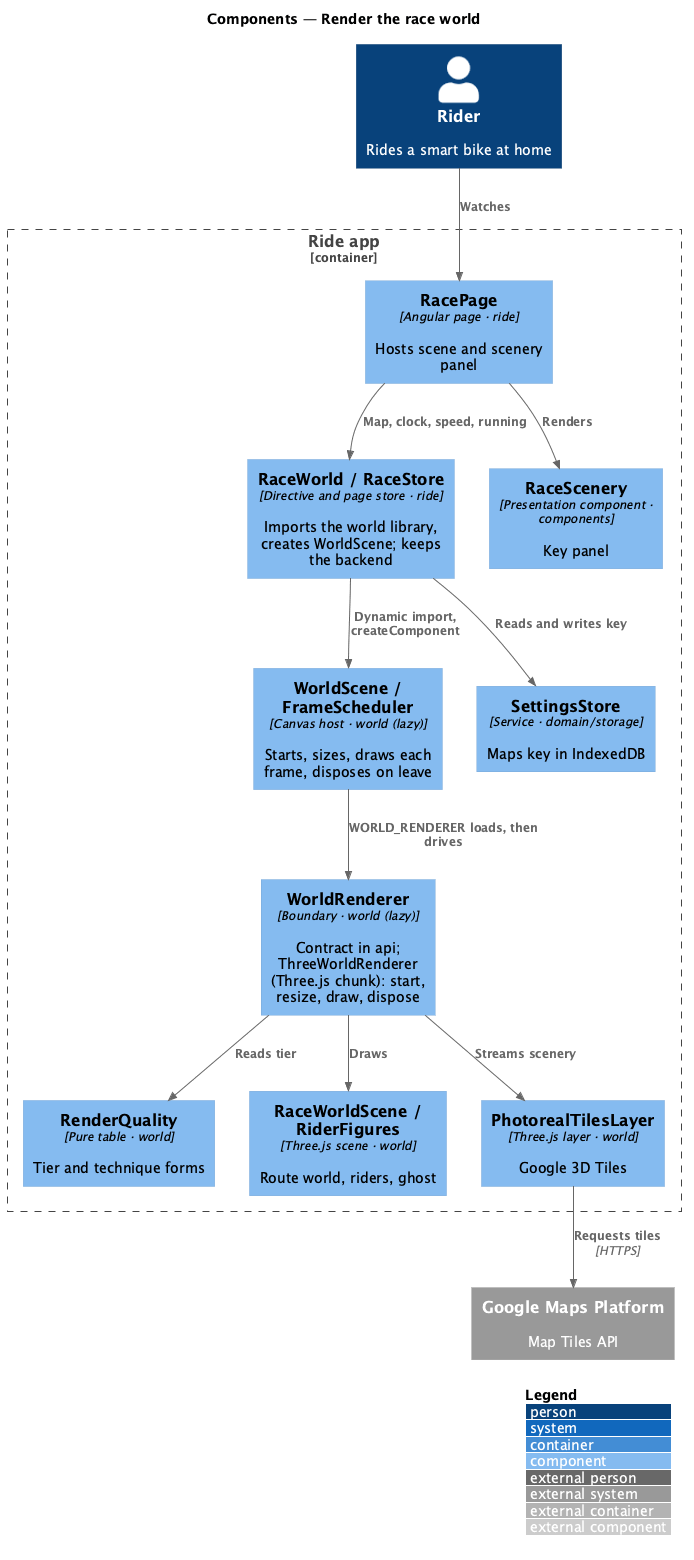
The PlantUML diagram docs/detailed-designs/race/render-the-race-world/diagrams/c4-component.png in QuinntyneBrown/ride-one, before a commit.
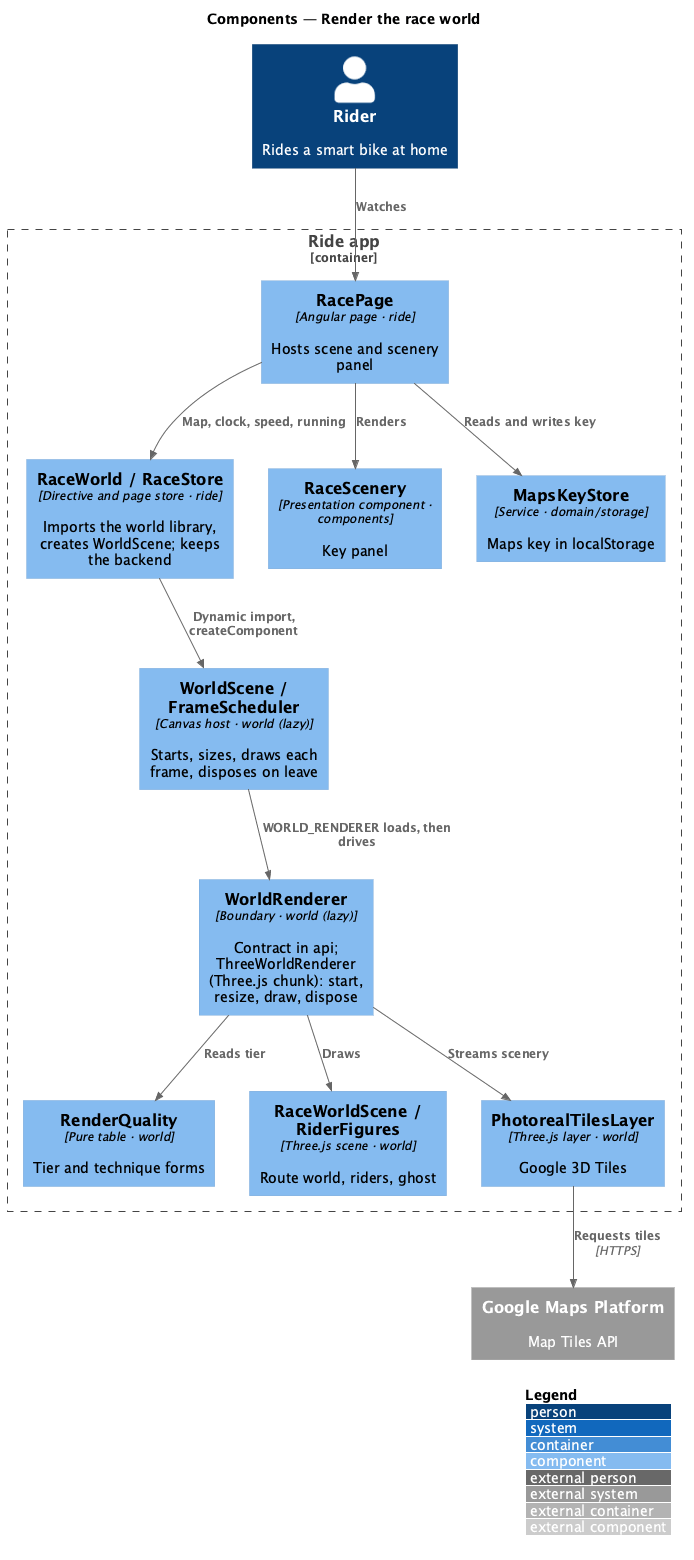
Later version of the same file.

Change to the diagram source:
```diff
@@ -9,7 +9,7 @@
   Component(wstore, "RaceWorld / RaceStore", "Directive and page store · ride", "Imports the world library, creates WorldScene; keeps the backend")
   Component(scene, "RaceScenery", "Presentation component · components", "Key panel")
   Component(host, "WorldScene / FrameScheduler", "Canvas host · world (lazy)", "Starts, sizes, draws each frame, disposes on leave")
-  Component(settings, "SettingsStore", "Service · domain/storage", "Maps key in IndexedDB")
+  Component(settings, "MapsKeyStore", "Service · domain/storage", "Maps key in localStorage")
   Component(renderer, "WorldRenderer", "Boundary · world (lazy)", "Contract in api; ThreeWorldRenderer (Three.js chunk): start, resize, draw, dispose")
   Component(quality, "RenderQuality", "Pure table · world", "Tier and technique forms")
   Component(rscene, "RaceWorldScene / RiderFigures", "Three.js scene · world", "Route world, riders, ghost")
@@ -20,7 +20,7 @@
 Rel(page, scene, "Renders")
 Rel(wstore, host, "Dynamic import, createComponent")
 Rel(host, renderer, "WORLD_RENDERER loads, then drives")
-Rel(wstore, settings, "Reads and writes key")
+Rel(page, settings, "Reads and writes key")
 Rel(renderer, quality, "Reads tier")
 Rel(renderer, rscene, "Draws")
 Rel(renderer, tiles, "Streams scenery")
```
